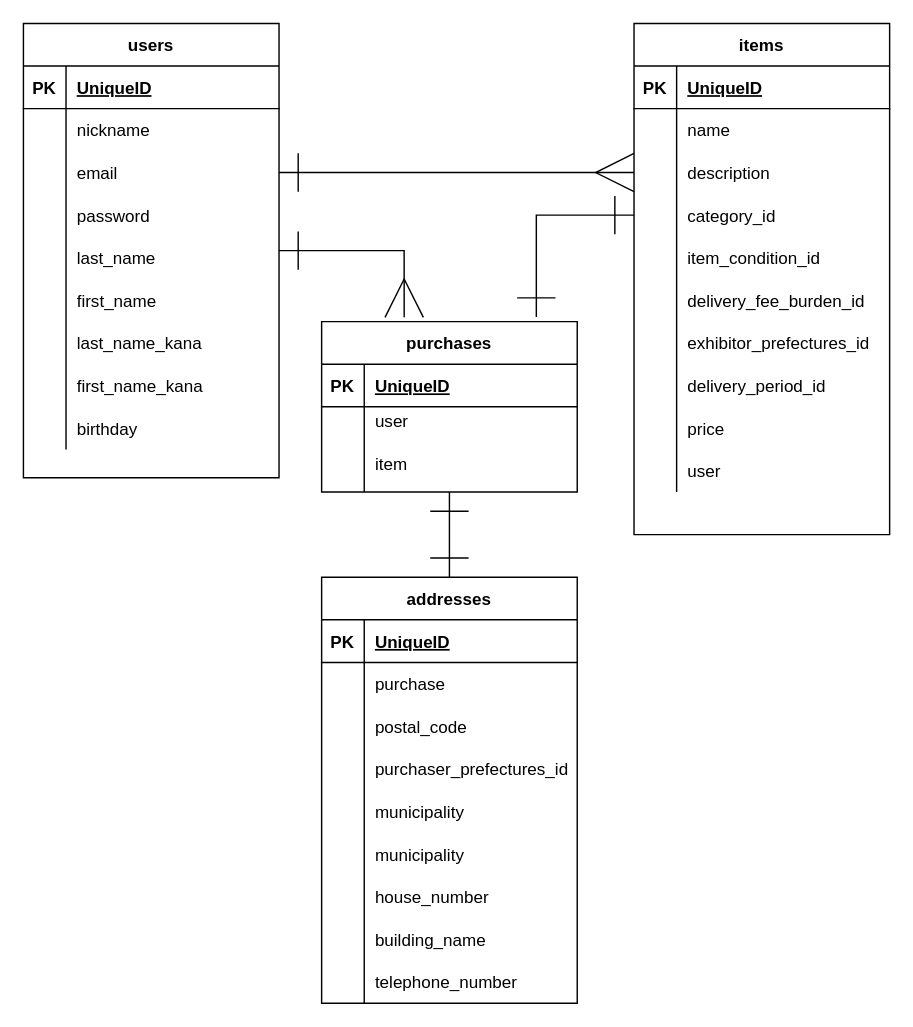
Earlier version of the draw.io diagram test.dio (yasu971/furima-31747). Source tidied: cells renumbered, new cells numbered last; positions are measured from the earlier drawing's top-left corner, leaving out a move shared by most shapes. Both pictures are drawn from the tidied source at 142%, with x=0, y=0 at pixel (23, 23).
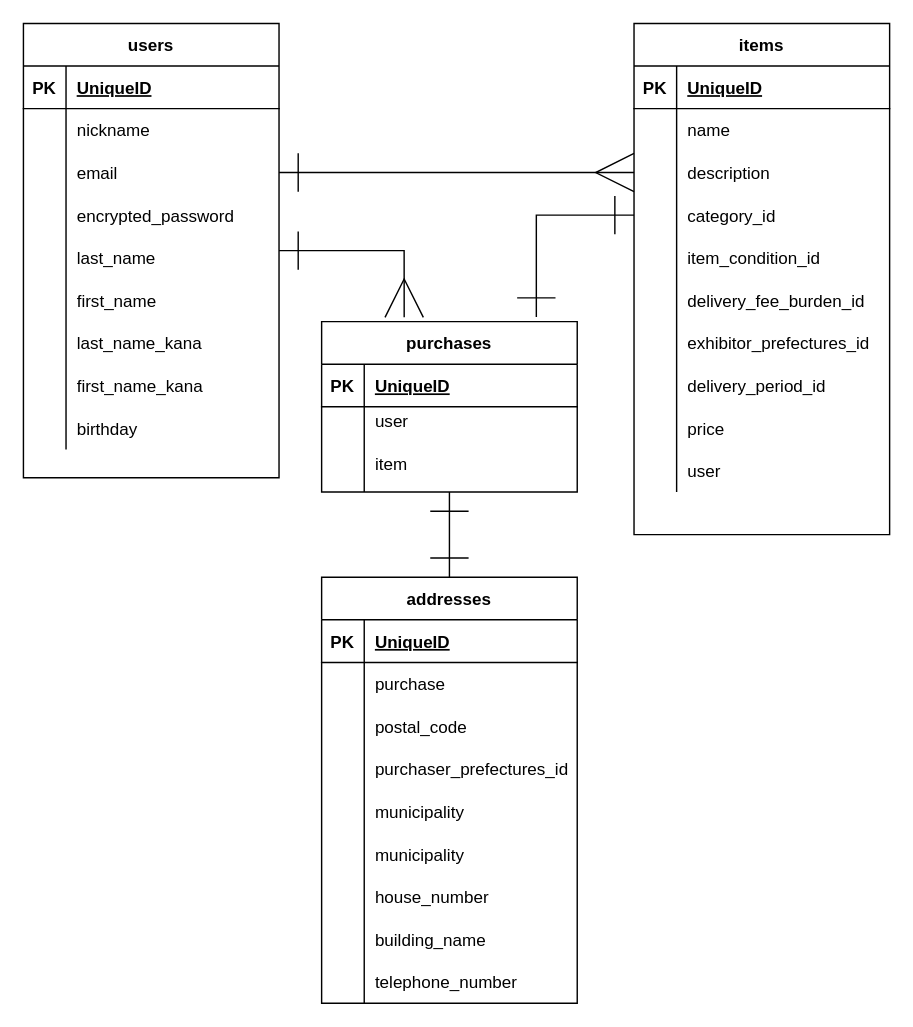
After the change.

The change refers to these unchanged cells:
```xml
<mxCell id="16" style="shape=partialRectangle;fillColor=none;top=0;left=0;bottom=0;right=0;" parent="6" vertex="1">
  <mxGeometry y="120" width="180" height="30" as="geometry" />
</mxCell>
```

The edit, as a diff of the source:
```diff
@@
-    <mxCell id="18" value="password" style="shape=partialRectangle;fillColor=none;top=0;left=0;bottom=0;right=0;align=left;spacingLeft=6;overflow=hidden;" parent="16" vertex="1">
+    <mxCell id="18" value="encrypted_password" style="shape=partialRectangle;fillColor=none;top=0;left=0;bottom=0;right=0;align=left;spacingLeft=6;overflow=hidden;" parent="16" vertex="1">
       <mxGeometry x="30" width="150" height="30" as="geometry" />
     </mxCell>
```
